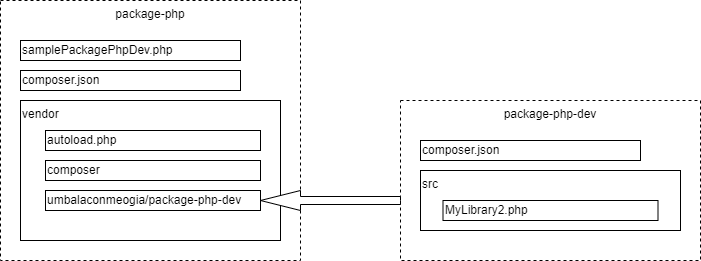
Before: docs/images/package-php.png, a diagram exported from draw.io (umbalaconmeogia/package-php). Source tidied: cells renumbered, new cells last; positions are measured from the earlier drawing's top-left corner, leaving out a move shared by most shapes.
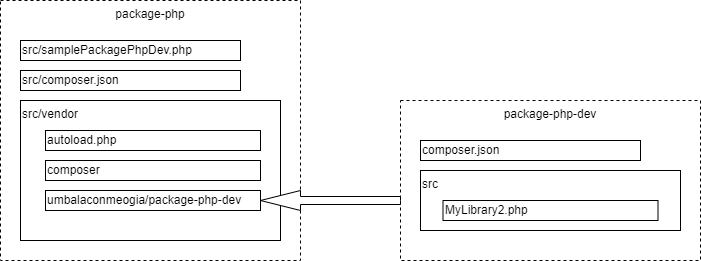
After the commit.

Change to the diagram source:
```diff
@@ -5,13 +5,13 @@
     <mxCell id="2" value="package-php" style="rounded=0;whiteSpace=wrap;html=1;dashed=1;verticalAlign=top;" parent="1" vertex="1">
       <mxGeometry width="300" height="260" as="geometry" />
     </mxCell>
-    <mxCell id="3" value="samplePackagePhpDev.php" style="rounded=0;whiteSpace=wrap;html=1;align=left;" parent="1" vertex="1">
+    <mxCell id="3" value="src/samplePackagePhpDev.php" style="rounded=0;whiteSpace=wrap;html=1;align=left;" parent="1" vertex="1">
       <mxGeometry x="20" y="40" width="220" height="20" as="geometry" />
     </mxCell>
-    <mxCell id="4" value="composer.json" style="rounded=0;whiteSpace=wrap;html=1;align=left;" parent="1" vertex="1">
+    <mxCell id="4" value="src/composer.json" style="rounded=0;whiteSpace=wrap;html=1;align=left;" parent="1" vertex="1">
       <mxGeometry x="20" y="70" width="220" height="20" as="geometry" />
     </mxCell>
-    <mxCell id="5" value="vendor" style="rounded=0;whiteSpace=wrap;html=1;align=left;verticalAlign=top;" parent="1" vertex="1">
+    <mxCell id="5" value="src/vendor" style="rounded=0;whiteSpace=wrap;html=1;align=left;verticalAlign=top;" parent="1" vertex="1">
       <mxGeometry x="20" y="100" width="260" height="140" as="geometry" />
     </mxCell>
     <mxCell id="6" value="autoload.php" style="rounded=0;whiteSpace=wrap;html=1;align=left;" parent="1" vertex="1">
```
